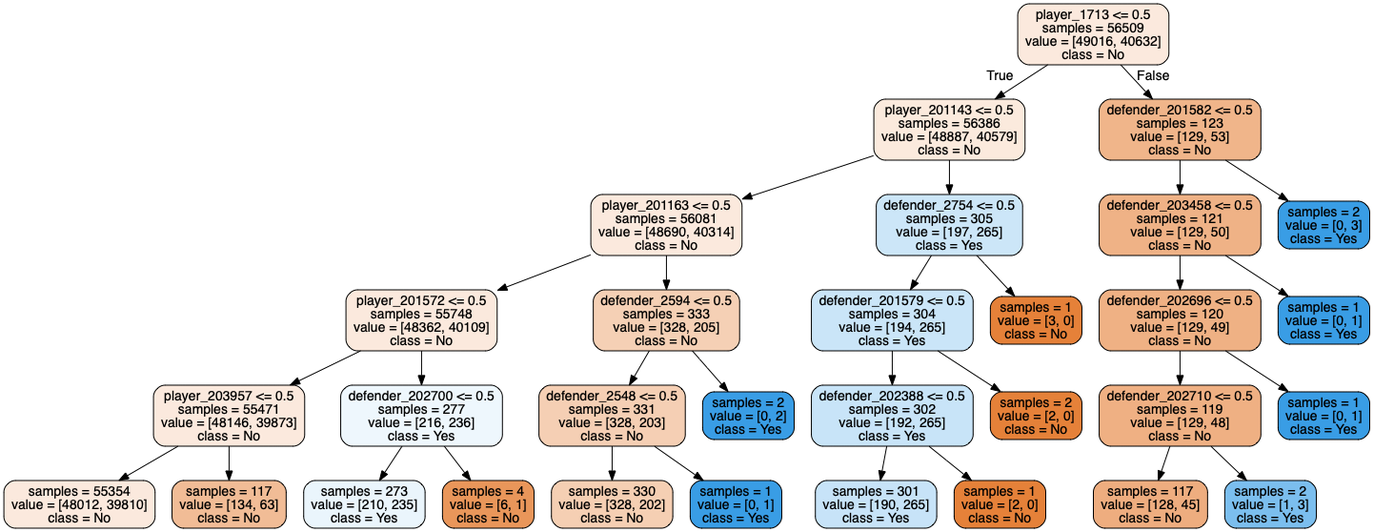
The Graphviz diagram forest_tree_new7.png in tianyi5309/303project, before a commit. Its source is kept beside it as forest_tree_new7.dot. Source of this version:
```dot
digraph Tree {
node [shape=box, style="filled, rounded", color="black", fontname=helvetica] ;
edge [fontname=helvetica] ;
0 [label="player_1713 <= 0.5\nsamples = 56509\nvalue = [49016, 40632]\nclass = No", fillcolor="#fbe9dd"] ;
1 [label="player_201143 <= 0.5\nsamples = 56386\nvalue = [48887, 40579]\nclass = No", fillcolor="#fbeadd"] ;
0 -> 1 [labeldistance=2.5, labelangle=45, headlabel="True"] ;
2 [label="player_201163 <= 0.5\nsamples = 56081\nvalue = [48690, 40314]\nclass = No", fillcolor="#fbe9dd"] ;
1 -> 2 ;
3 [label="player_201572 <= 0.5\nsamples = 55748\nvalue = [48362, 40109]\nclass = No", fillcolor="#fbe9dd"] ;
2 -> 3 ;
4 [label="player_203957 <= 0.5\nsamples = 55471\nvalue = [48146, 39873]\nclass = No", fillcolor="#fbe9dd"] ;
3 -> 4 ;
5 [label="samples = 55354\nvalue = [48012, 39810]\nclass = No", fillcolor="#fbe9dd"] ;
4 -> 5 ;
6 [label="samples = 117\nvalue = [134, 63]\nclass = No", fillcolor="#f1bc96"] ;
4 -> 6 ;
7 [label="defender_202700 <= 0.5\nsamples = 277\nvalue = [216, 236]\nclass = Yes", fillcolor="#eef7fd"] ;
3 -> 7 ;
8 [label="samples = 273\nvalue = [210, 235]\nclass = Yes", fillcolor="#eaf5fc"] ;
7 -> 8 ;
9 [label="samples = 4\nvalue = [6, 1]\nclass = No", fillcolor="#e9965a"] ;
7 -> 9 ;
10 [label="defender_2594 <= 0.5\nsamples = 333\nvalue = [328, 205]\nclass = No", fillcolor="#f5d0b5"] ;
2 -> 10 ;
11 [label="defender_2548 <= 0.5\nsamples = 331\nvalue = [328, 203]\nclass = No", fillcolor="#f5cfb4"] ;
10 -> 11 ;
12 [label="samples = 330\nvalue = [328, 202]\nclass = No", fillcolor="#f5cfb3"] ;
11 -> 12 ;
13 [label="samples = 1\nvalue = [0, 1]\nclass = Yes", fillcolor="#399de5"] ;
11 -> 13 ;
14 [label="samples = 2\nvalue = [0, 2]\nclass = Yes", fillcolor="#399de5"] ;
10 -> 14 ;
15 [label="defender_2754 <= 0.5\nsamples = 305\nvalue = [197, 265]\nclass = Yes", fillcolor="#cce6f8"] ;
1 -> 15 ;
16 [label="defender_201579 <= 0.5\nsamples = 304\nvalue = [194, 265]\nclass = Yes", fillcolor="#cae5f8"] ;
15 -> 16 ;
17 [label="defender_202388 <= 0.5\nsamples = 302\nvalue = [192, 265]\nclass = Yes", fillcolor="#c8e4f8"] ;
16 -> 17 ;
18 [label="samples = 301\nvalue = [190, 265]\nclass = Yes", fillcolor="#c7e3f8"] ;
17 -> 18 ;
19 [label="samples = 1\nvalue = [2, 0]\nclass = No", fillcolor="#e58139"] ;
17 -> 19 ;
20 [label="samples = 2\nvalue = [2, 0]\nclass = No", fillcolor="#e58139"] ;
16 -> 20 ;
21 [label="samples = 1\nvalue = [3, 0]\nclass = No", fillcolor="#e58139"] ;
15 -> 21 ;
22 [label="defender_201582 <= 0.5\nsamples = 123\nvalue = [129, 53]\nclass = No", fillcolor="#f0b58a"] ;
0 -> 22 [labeldistance=2.5, labelangle=-45, headlabel="False"] ;
23 [label="defender_203458 <= 0.5\nsamples = 121\nvalue = [129, 50]\nclass = No", fillcolor="#efb286"] ;
22 -> 23 ;
24 [label="defender_202696 <= 0.5\nsamples = 120\nvalue = [129, 49]\nclass = No", fillcolor="#efb184"] ;
23 -> 24 ;
25 [label="defender_202710 <= 0.5\nsamples = 119\nvalue = [129, 48]\nclass = No", fillcolor="#efb083"] ;
24 -> 25 ;
26 [label="samples = 117\nvalue = [128, 45]\nclass = No", fillcolor="#eead7f"] ;
25 -> 26 ;
27 [label="samples = 2\nvalue = [1, 3]\nclass = Yes", fillcolor="#7bbeee"] ;
25 -> 27 ;
28 [label="samples = 1\nvalue = [0, 1]\nclass = Yes", fillcolor="#399de5"] ;
24 -> 28 ;
29 [label="samples = 1\nvalue = [0, 1]\nclass = Yes", fillcolor="#399de5"] ;
23 -> 29 ;
30 [label="samples = 2\nvalue = [0, 3]\nclass = Yes", fillcolor="#399de5"] ;
22 -> 30 ;
}
```
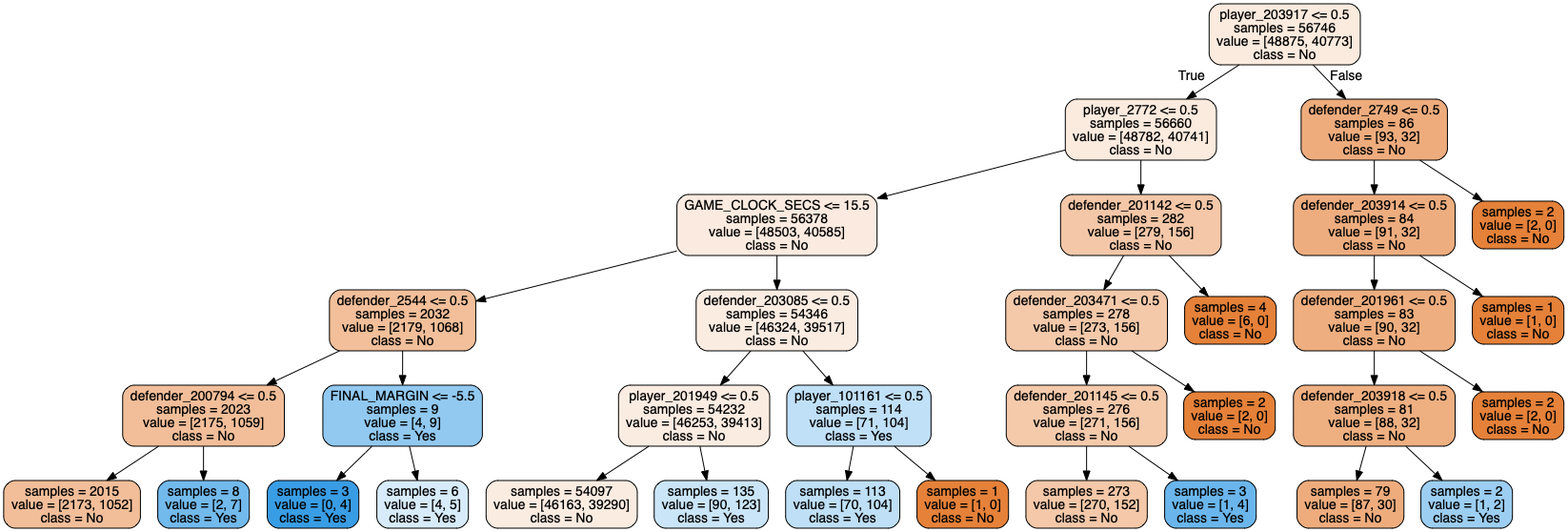
Above is the later version.

The edit, as a diff of the source:
```diff
@@ -1,65 +1,69 @@
 digraph Tree {
 node [shape=box, style="filled, rounded", color="black", fontname=helvetica] ;
 edge [fontname=helvetica] ;
-0 [label="player_1713 <= 0.5\nsamples = 56509\nvalue = [49016, 40632]\nclass = No", fillcolor="#fbe9dd"] ;
-1 [label="player_201143 <= 0.5\nsamples = 56386\nvalue = [48887, 40579]\nclass = No", fillcolor="#fbeadd"] ;
+0 [label="player_203917 <= 0.5\nsamples = 56746\nvalue = [48875, 40773]\nclass = No", fillcolor="#fbeade"] ;
+1 [label="player_2772 <= 0.5\nsamples = 56660\nvalue = [48782, 40741]\nclass = No", fillcolor="#fbeade"] ;
 0 -> 1 [labeldistance=2.5, labelangle=45, headlabel="True"] ;
-2 [label="player_201163 <= 0.5\nsamples = 56081\nvalue = [48690, 40314]\nclass = No", fillcolor="#fbe9dd"] ;
+2 [label="GAME_CLOCK_SECS <= 15.5\nsamples = 56378\nvalue = [48503, 40585]\nclass = No", fillcolor="#fbeadf"] ;
 1 -> 2 ;
-3 [label="player_201572 <= 0.5\nsamples = 55748\nvalue = [48362, 40109]\nclass = No", fillcolor="#fbe9dd"] ;
+3 [label="defender_2544 <= 0.5\nsamples = 2032\nvalue = [2179, 1068]\nclass = No", fillcolor="#f2bf9a"] ;
 2 -> 3 ;
-4 [label="player_203957 <= 0.5\nsamples = 55471\nvalue = [48146, 39873]\nclass = No", fillcolor="#fbe9dd"] ;
+4 [label="defender_200794 <= 0.5\nsamples = 2023\nvalue = [2175, 1059]\nclass = No", fillcolor="#f2be99"] ;
 3 -> 4 ;
-5 [label="samples = 55354\nvalue = [48012, 39810]\nclass = No", fillcolor="#fbe9dd"] ;
+5 [label="samples = 2015\nvalue = [2173, 1052]\nclass = No", fillcolor="#f2be99"] ;
 4 -> 5 ;
-6 [label="samples = 117\nvalue = [134, 63]\nclass = No", fillcolor="#f1bc96"] ;
+6 [label="samples = 8\nvalue = [2, 7]\nclass = Yes", fillcolor="#72b9ec"] ;
 4 -> 6 ;
-7 [label="defender_202700 <= 0.5\nsamples = 277\nvalue = [216, 236]\nclass = Yes", fillcolor="#eef7fd"] ;
+7 [label="FINAL_MARGIN <= -5.5\nsamples = 9\nvalue = [4, 9]\nclass = Yes", fillcolor="#91c9f1"] ;
 3 -> 7 ;
-8 [label="samples = 273\nvalue = [210, 235]\nclass = Yes", fillcolor="#eaf5fc"] ;
+8 [label="samples = 3\nvalue = [0, 4]\nclass = Yes", fillcolor="#399de5"] ;
 7 -> 8 ;
-9 [label="samples = 4\nvalue = [6, 1]\nclass = No", fillcolor="#e9965a"] ;
+9 [label="samples = 6\nvalue = [4, 5]\nclass = Yes", fillcolor="#d7ebfa"] ;
 7 -> 9 ;
-10 [label="defender_2594 <= 0.5\nsamples = 333\nvalue = [328, 205]\nclass = No", fillcolor="#f5d0b5"] ;
+10 [label="defender_203085 <= 0.5\nsamples = 54346\nvalue = [46324, 39517]\nclass = No", fillcolor="#fbece2"] ;
 2 -> 10 ;
-11 [label="defender_2548 <= 0.5\nsamples = 331\nvalue = [328, 203]\nclass = No", fillcolor="#f5cfb4"] ;
+11 [label="player_201949 <= 0.5\nsamples = 54232\nvalue = [46253, 39413]\nclass = No", fillcolor="#fbece2"] ;
 10 -> 11 ;
-12 [label="samples = 330\nvalue = [328, 202]\nclass = No", fillcolor="#f5cfb3"] ;
+12 [label="samples = 54097\nvalue = [46163, 39290]\nclass = No", fillcolor="#fbece2"] ;
 11 -> 12 ;
-13 [label="samples = 1\nvalue = [0, 1]\nclass = Yes", fillcolor="#399de5"] ;
+13 [label="samples = 135\nvalue = [90, 123]\nclass = Yes", fillcolor="#cae5f8"] ;
 11 -> 13 ;
-14 [label="samples = 2\nvalue = [0, 2]\nclass = Yes", fillcolor="#399de5"] ;
+14 [label="player_101161 <= 0.5\nsamples = 114\nvalue = [71, 104]\nclass = Yes", fillcolor="#c0e0f7"] ;
 10 -> 14 ;
-15 [label="defender_2754 <= 0.5\nsamples = 305\nvalue = [197, 265]\nclass = Yes", fillcolor="#cce6f8"] ;
-1 -> 15 ;
-16 [label="defender_201579 <= 0.5\nsamples = 304\nvalue = [194, 265]\nclass = Yes", fillcolor="#cae5f8"] ;
-15 -> 16 ;
-17 [label="defender_202388 <= 0.5\nsamples = 302\nvalue = [192, 265]\nclass = Yes", fillcolor="#c8e4f8"] ;
-16 -> 17 ;
-18 [label="samples = 301\nvalue = [190, 265]\nclass = Yes", fillcolor="#c7e3f8"] ;
+15 [label="samples = 113\nvalue = [70, 104]\nclass = Yes", fillcolor="#bedff6"] ;
+14 -> 15 ;
+16 [label="samples = 1\nvalue = [1, 0]\nclass = No", fillcolor="#e58139"] ;
+14 -> 16 ;
+17 [label="defender_201142 <= 0.5\nsamples = 282\nvalue = [279, 156]\nclass = No", fillcolor="#f4c7a8"] ;
+1 -> 17 ;
+18 [label="defender_203471 <= 0.5\nsamples = 278\nvalue = [273, 156]\nclass = No", fillcolor="#f4c9aa"] ;
 17 -> 18 ;
-19 [label="samples = 1\nvalue = [2, 0]\nclass = No", fillcolor="#e58139"] ;
-17 -> 19 ;
-20 [label="samples = 2\nvalue = [2, 0]\nclass = No", fillcolor="#e58139"] ;
-16 -> 20 ;
-21 [label="samples = 1\nvalue = [3, 0]\nclass = No", fillcolor="#e58139"] ;
-15 -> 21 ;
-22 [label="defender_201582 <= 0.5\nsamples = 123\nvalue = [129, 53]\nclass = No", fillcolor="#f0b58a"] ;
-0 -> 22 [labeldistance=2.5, labelangle=-45, headlabel="False"] ;
-23 [label="defender_203458 <= 0.5\nsamples = 121\nvalue = [129, 50]\nclass = No", fillcolor="#efb286"] ;
-22 -> 23 ;
-24 [label="defender_202696 <= 0.5\nsamples = 120\nvalue = [129, 49]\nclass = No", fillcolor="#efb184"] ;
-23 -> 24 ;
-25 [label="defender_202710 <= 0.5\nsamples = 119\nvalue = [129, 48]\nclass = No", fillcolor="#efb083"] ;
+19 [label="defender_201145 <= 0.5\nsamples = 276\nvalue = [271, 156]\nclass = No", fillcolor="#f4caab"] ;
+18 -> 19 ;
+20 [label="samples = 273\nvalue = [270, 152]\nclass = No", fillcolor="#f4c8a8"] ;
+19 -> 20 ;
+21 [label="samples = 3\nvalue = [1, 4]\nclass = Yes", fillcolor="#6ab6ec"] ;
+19 -> 21 ;
+22 [label="samples = 2\nvalue = [2, 0]\nclass = No", fillcolor="#e58139"] ;
+18 -> 22 ;
+23 [label="samples = 4\nvalue = [6, 0]\nclass = No", fillcolor="#e58139"] ;
+17 -> 23 ;
+24 [label="defender_2749 <= 0.5\nsamples = 86\nvalue = [93, 32]\nclass = No", fillcolor="#eeac7d"] ;
+0 -> 24 [labeldistance=2.5, labelangle=-45, headlabel="False"] ;
+25 [label="defender_203914 <= 0.5\nsamples = 84\nvalue = [91, 32]\nclass = No", fillcolor="#eead7f"] ;
 24 -> 25 ;
-26 [label="samples = 117\nvalue = [128, 45]\nclass = No", fillcolor="#eead7f"] ;
+26 [label="defender_201961 <= 0.5\nsamples = 83\nvalue = [90, 32]\nclass = No", fillcolor="#eeae7f"] ;
 25 -> 26 ;
-27 [label="samples = 2\nvalue = [1, 3]\nclass = Yes", fillcolor="#7bbeee"] ;
-25 -> 27 ;
-28 [label="samples = 1\nvalue = [0, 1]\nclass = Yes", fillcolor="#399de5"] ;
-24 -> 28 ;
-29 [label="samples = 1\nvalue = [0, 1]\nclass = Yes", fillcolor="#399de5"] ;
-23 -> 29 ;
-30 [label="samples = 2\nvalue = [0, 3]\nclass = Yes", fillcolor="#399de5"] ;
-22 -> 30 ;
+27 [label="defender_203918 <= 0.5\nsamples = 81\nvalue = [88, 32]\nclass = No", fillcolor="#eeaf81"] ;
+26 -> 27 ;
+28 [label="samples = 79\nvalue = [87, 30]\nclass = No", fillcolor="#eeac7d"] ;
+27 -> 28 ;
+29 [label="samples = 2\nvalue = [1, 2]\nclass = Yes", fillcolor="#9ccef2"] ;
+27 -> 29 ;
+30 [label="samples = 2\nvalue = [2, 0]\nclass = No", fillcolor="#e58139"] ;
+26 -> 30 ;
+31 [label="samples = 1\nvalue = [1, 0]\nclass = No", fillcolor="#e58139"] ;
+25 -> 31 ;
+32 [label="samples = 2\nvalue = [2, 0]\nclass = No", fillcolor="#e58139"] ;
+24 -> 32 ;
 }
```
